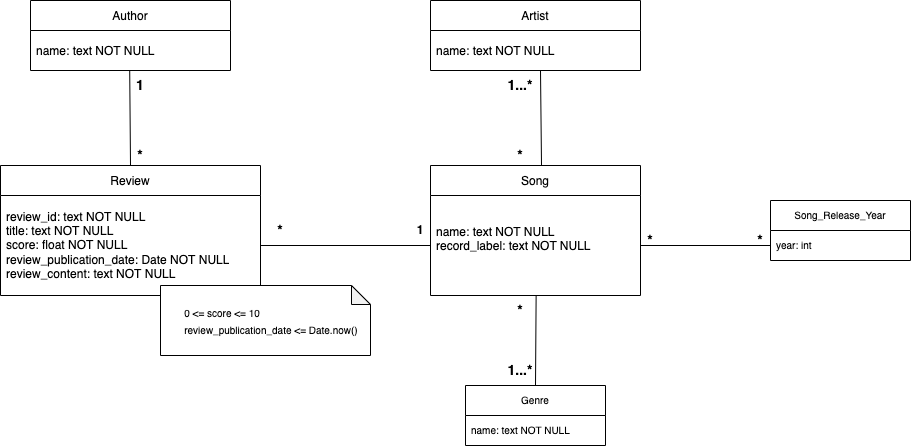
FabioMiguel2000/Pitchfork-Reviews-IR-System keeps this draw.io diagram as images/Conceptual_Model.drawio.png. Above is the earlier version. Source tidied: cells renumbered, new cells last; positions are measured from the earlier drawing's top-left corner, leaving out a move shared by most shapes.
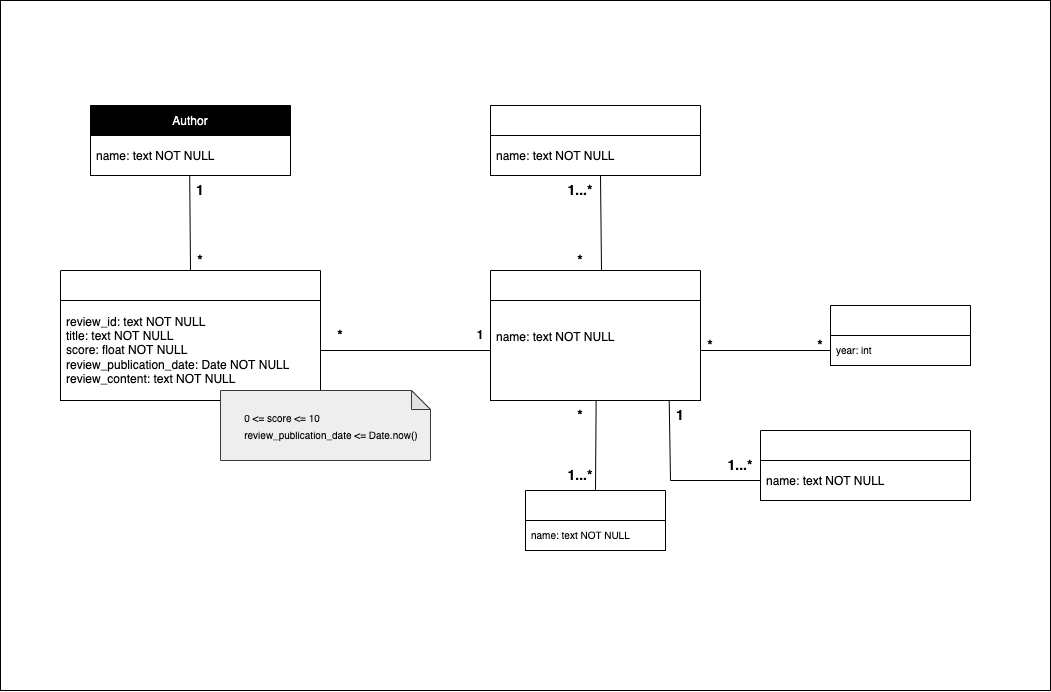
The same diagram one commit later.

Commit message:
modified conceptual model and pipeline diagram

The edit, as a diff of the source:
```diff
@@ -2,92 +2,115 @@
   <root>
     <mxCell id="0" />
     <mxCell id="1" parent="0" />
+    <mxCell id="30" style="rounded=0;whiteSpace=wrap;html=1;fillColor=#FFFFFF;" parent="1" vertex="1">
+      <mxGeometry x="-60" y="-105" width="1050" height="690" as="geometry" />
+    </mxCell>
-    <mxCell id="2" value="Review" style="swimlane;fontStyle=0;horizontal=1;startSize=30;" parent="1" vertex="1">
+    <mxCell id="2" value="Review" style="swimlane;fontStyle=0;horizontal=1;startSize=30;fontColor=#FFFFFF;strokeColor=#000000;" parent="1" vertex="1">
       <mxGeometry y="165" width="260" height="130" as="geometry" />
     </mxCell>
-    <mxCell id="3" value="review_id: text NOT NULL&#10;title: text NOT NULL&#10;score: float NOT NULL&#10;review_publication_date: Date NOT NULL&#10;review_content: text NOT NULL" style="text;strokeColor=none;fillColor=none;align=left;verticalAlign=middle;spacingLeft=4;spacingRight=4;overflow=hidden;points=[[0,0.5],[1,0.5]];portConstraint=eastwest;whiteSpace=wrap;strokeWidth=1;" parent="2" vertex="1">
+    <mxCell id="3" value="review_id: text NOT NULL&#10;title: text NOT NULL&#10;score: float NOT NULL&#10;review_publication_date: Date NOT NULL&#10;review_content: text NOT NULL" style="text;strokeColor=#000000;fillColor=none;align=left;verticalAlign=middle;spacingLeft=4;spacingRight=4;overflow=hidden;points=[[0,0.5],[1,0.5]];portConstraint=eastwest;whiteSpace=wrap;strokeWidth=1;fontColor=#000000;" parent="2" vertex="1">
       <mxGeometry y="30" width="260" height="100" as="geometry" />
     </mxCell>
-    <mxCell id="4" value="Author" style="swimlane;fontStyle=0;horizontal=1;startSize=30;" parent="1" vertex="1">
+    <mxCell id="4" value="Author" style="swimlane;fontStyle=0;horizontal=1;startSize=30;fillColor=#000000;fontColor=#FFFFFF;strokeColor=#000000;" parent="1" vertex="1">
       <mxGeometry x="30" width="200" height="70" as="geometry" />
     </mxCell>
-    <mxCell id="5" value="name: text NOT NULL" style="text;strokeColor=none;fillColor=none;align=left;verticalAlign=middle;spacingLeft=4;spacingRight=4;overflow=hidden;points=[[0,0.5],[1,0.5]];portConstraint=eastwest;" parent="4" vertex="1">
+    <mxCell id="5" value="name: text NOT NULL" style="text;strokeColor=#000000;fillColor=none;align=left;verticalAlign=middle;spacingLeft=4;spacingRight=4;overflow=hidden;points=[[0,0.5],[1,0.5]];portConstraint=eastwest;fontColor=#000000;" parent="4" vertex="1">
       <mxGeometry y="30" width="200" height="40" as="geometry" />
     </mxCell>
-    <mxCell id="6" value="Artist" style="swimlane;fontStyle=0;horizontal=1;startSize=30;" parent="1" vertex="1">
+    <mxCell id="6" value="Artist" style="swimlane;fontStyle=0;horizontal=1;startSize=30;fontColor=#FFFFFF;strokeColor=#000000;" parent="1" vertex="1">
       <mxGeometry x="430" width="210" height="70" as="geometry" />
     </mxCell>
-    <mxCell id="7" value="name: text NOT NULL" style="text;strokeColor=none;fillColor=none;align=left;verticalAlign=middle;spacingLeft=4;spacingRight=4;overflow=hidden;" parent="6" vertex="1">
+    <mxCell id="7" value="name: text NOT NULL" style="text;strokeColor=#000000;fillColor=none;align=left;verticalAlign=middle;spacingLeft=4;spacingRight=4;overflow=hidden;fontColor=#000000;" parent="6" vertex="1">
       <mxGeometry y="30" width="210" height="40" as="geometry" />
     </mxCell>
-    <mxCell id="8" value="Song" style="swimlane;fontStyle=0;horizontal=1;startSize=30;" parent="1" vertex="1">
+    <mxCell id="8" value="Song" style="swimlane;fontStyle=0;horizontal=1;startSize=30;fontColor=#FFFFFF;strokeColor=#000000;" parent="1" vertex="1">
       <mxGeometry x="430" y="165" width="210" height="130" as="geometry" />
     </mxCell>
-    <mxCell id="9" value="name: text NOT NULL&#10;record_label: text NOT NULL&#10;" style="text;strokeColor=none;fillColor=none;align=left;verticalAlign=middle;spacingLeft=4;spacingRight=4;overflow=hidden;points=[[0,0.5],[1,0.5]];portConstraint=eastwest;" parent="8" vertex="1">
+    <mxCell id="9" value="name: text NOT NULL&#10;&#10;" style="text;strokeColor=#000000;fillColor=none;align=left;verticalAlign=middle;spacingLeft=4;spacingRight=4;overflow=hidden;points=[[0,0.5],[1,0.5]];portConstraint=eastwest;fontColor=#000000;" parent="8" vertex="1">
       <mxGeometry y="30" width="210" height="100" as="geometry" />
     </mxCell>
-    <mxCell id="10" style="endArrow=none;html=1;rounded=0;exitX=0.5;exitY=0;exitDx=0;exitDy=0;entryX=0.496;entryY=0.988;entryDx=0;entryDy=0;entryPerimeter=0;" parent="1" edge="1" source="2" target="5">
+    <mxCell id="10" style="endArrow=none;html=1;rounded=0;exitX=0.5;exitY=0;exitDx=0;exitDy=0;entryX=0.496;entryY=0.988;entryDx=0;entryDy=0;entryPerimeter=0;fontColor=#000000;strokeColor=#000000;" parent="1" edge="1" source="2" target="5">
       <mxGeometry relative="1" as="geometry" />
     </mxCell>
-    <mxCell id="11" style="endArrow=none;html=1;rounded=0;exitX=1;exitY=0.5;exitDx=0;exitDy=0;entryX=0;entryY=0.5;entryDx=0;entryDy=0;" parent="1" edge="1" source="3" target="9">
+    <mxCell id="11" style="endArrow=none;html=1;rounded=0;exitX=1;exitY=0.5;exitDx=0;exitDy=0;entryX=0;entryY=0.5;entryDx=0;entryDy=0;fontColor=#000000;strokeColor=#000000;" parent="1" edge="1" source="3" target="9">
       <mxGeometry relative="1" as="geometry" />
     </mxCell>
-    <mxCell id="12" style="endArrow=none;html=1;rounded=0;exitX=0.5;exitY=0;exitDx=0;exitDy=0;entryX=0.495;entryY=1.013;entryDx=0;entryDy=0;entryPerimeter=0;" parent="1" edge="1">
+    <mxCell id="12" style="endArrow=none;html=1;rounded=0;exitX=0.5;exitY=0;exitDx=0;exitDy=0;entryX=0.495;entryY=1.013;entryDx=0;entryDy=0;entryPerimeter=0;fontColor=#000000;strokeColor=#000000;" parent="1" edge="1">
       <mxGeometry relative="1" as="geometry">
         <mxPoint x="541" y="164.5" as="sourcePoint" />
         <mxPoint x="540" y="70" as="targetPoint" />
       </mxGeometry>
     </mxCell>
-    <mxCell id="13" value="&lt;b&gt;&lt;font style=&quot;font-size: 14px;&quot;&gt;1&lt;/font&gt;&lt;/b&gt;" style="text;html=1;strokeColor=none;fillColor=none;align=center;verticalAlign=middle;whiteSpace=wrap;rounded=0;" parent="1" vertex="1">
+    <mxCell id="13" value="&lt;b&gt;&lt;font style=&quot;font-size: 14px;&quot;&gt;1&lt;/font&gt;&lt;/b&gt;" style="text;html=1;strokeColor=none;fillColor=none;align=center;verticalAlign=middle;whiteSpace=wrap;rounded=0;fontColor=#000000;" parent="1" vertex="1">
       <mxGeometry x="110" y="70" width="60" height="30" as="geometry" />
     </mxCell>
-    <mxCell id="14" value="&lt;b&gt;&lt;font style=&quot;font-size: 14px;&quot;&gt;*&lt;/font&gt;&lt;/b&gt;" style="text;html=1;strokeColor=none;fillColor=none;align=center;verticalAlign=middle;whiteSpace=wrap;rounded=0;" parent="1" vertex="1">
+    <mxCell id="14" value="&lt;b&gt;&lt;font style=&quot;font-size: 14px;&quot;&gt;*&lt;/font&gt;&lt;/b&gt;" style="text;html=1;strokeColor=none;fillColor=none;align=center;verticalAlign=middle;whiteSpace=wrap;rounded=0;fontColor=#000000;" parent="1" vertex="1">
       <mxGeometry x="110" y="140" width="60" height="30" as="geometry" />
     </mxCell>
-    <mxCell id="15" value="1" style="text;html=1;strokeColor=none;fillColor=none;align=center;verticalAlign=middle;whiteSpace=wrap;rounded=0;fontStyle=1;" parent="1" vertex="1">
+    <mxCell id="15" value="1" style="text;html=1;strokeColor=none;fillColor=none;align=center;verticalAlign=middle;whiteSpace=wrap;rounded=0;fontStyle=1;fontColor=#000000;" parent="1" vertex="1">
       <mxGeometry x="390" y="215" width="60" height="30" as="geometry" />
     </mxCell>
-    <mxCell id="16" value="&lt;font style=&quot;font-size: 14px;&quot;&gt;&lt;b&gt;*&lt;/b&gt;&lt;/font&gt;" style="text;html=1;strokeColor=none;fillColor=none;align=center;verticalAlign=middle;whiteSpace=wrap;rounded=0;" parent="1" vertex="1">
+    <mxCell id="16" value="&lt;font style=&quot;font-size: 14px;&quot;&gt;&lt;b&gt;*&lt;/b&gt;&lt;/font&gt;" style="text;html=1;strokeColor=none;fillColor=none;align=center;verticalAlign=middle;whiteSpace=wrap;rounded=0;fontColor=#000000;" parent="1" vertex="1">
       <mxGeometry x="250" y="215" width="60" height="30" as="geometry" />
     </mxCell>
-    <mxCell id="17" value="&lt;font style=&quot;font-size: 14px;&quot;&gt;&lt;b&gt;1...*&lt;/b&gt;&lt;/font&gt;" style="text;html=1;strokeColor=none;fillColor=none;align=center;verticalAlign=middle;whiteSpace=wrap;rounded=0;" parent="1" vertex="1">
+    <mxCell id="17" value="&lt;font style=&quot;font-size: 14px;&quot;&gt;&lt;b&gt;1...*&lt;/b&gt;&lt;/font&gt;" style="text;html=1;strokeColor=none;fillColor=none;align=center;verticalAlign=middle;whiteSpace=wrap;rounded=0;fontColor=#000000;" parent="1" vertex="1">
       <mxGeometry x="490" y="70" width="60" height="30" as="geometry" />
     </mxCell>
-    <mxCell id="18" value="&lt;font style=&quot;font-size: 14px;&quot;&gt;&lt;b&gt;*&lt;/b&gt;&lt;/font&gt;" style="text;html=1;strokeColor=none;fillColor=none;align=center;verticalAlign=middle;whiteSpace=wrap;rounded=0;" parent="1" vertex="1">
+    <mxCell id="18" value="&lt;font style=&quot;font-size: 14px;&quot;&gt;&lt;b&gt;*&lt;/b&gt;&lt;/font&gt;" style="text;html=1;strokeColor=none;fillColor=none;align=center;verticalAlign=middle;whiteSpace=wrap;rounded=0;fontColor=#000000;" parent="1" vertex="1">
       <mxGeometry x="490" y="295" width="60" height="30" as="geometry" />
     </mxCell>
-    <mxCell id="19" value="&lt;font style=&quot;font-size: 10px;&quot;&gt;&lt;span style=&quot;white-space: pre;&quot;&gt;&#9;&lt;/span&gt;0 &amp;lt;= score &amp;lt;= 10&lt;br&gt;&lt;span style=&quot;&quot;&gt;&lt;span style=&quot;white-space: pre;&quot;&gt;&#9;&lt;/span&gt;review_publication_date &amp;lt;= Date.now()&amp;nbsp;&lt;/span&gt;&lt;/font&gt;" style="shape=note;whiteSpace=wrap;html=1;backgroundOutline=1;darkOpacity=0.05;fontSize=14;align=left;size=19;" parent="1" vertex="1">
+    <mxCell id="19" value="&lt;font style=&quot;font-size: 10px&quot; color=&quot;#000000&quot;&gt;&lt;span style=&quot;white-space: pre&quot;&gt;&#9;&lt;/span&gt;0 &amp;lt;= score &amp;lt;= 10&lt;br&gt;&lt;span&gt;&lt;span style=&quot;white-space: pre&quot;&gt;&#9;&lt;/span&gt;review_publication_date &amp;lt;= Date.now()&amp;nbsp;&lt;/span&gt;&lt;/font&gt;" style="shape=note;whiteSpace=wrap;html=1;backgroundOutline=1;darkOpacity=0.05;fontSize=14;align=left;size=19;fillColor=#eeeeee;strokeColor=#36393d;" parent="1" vertex="1">
       <mxGeometry x="160" y="285" width="210" height="70" as="geometry" />
     </mxCell>
-    <mxCell id="20" value="Genre" style="swimlane;fontStyle=0;horizontal=1;startSize=30;fontSize=10;" parent="1" vertex="1">
+    <mxCell id="20" value="Genre" style="swimlane;fontStyle=0;horizontal=1;startSize=30;fontSize=10;fontColor=#FFFFFF;strokeColor=#000000;" parent="1" vertex="1">
       <mxGeometry x="465" y="385" width="140" height="60" as="geometry" />
     </mxCell>
-    <mxCell id="21" value="name: text NOT NULL" style="text;strokeColor=none;fillColor=none;align=left;verticalAlign=middle;spacingLeft=4;spacingRight=4;overflow=hidden;fontSize=10;" parent="20" vertex="1">
+    <mxCell id="21" value="name: text NOT NULL" style="text;strokeColor=#000000;fillColor=none;align=left;verticalAlign=middle;spacingLeft=4;spacingRight=4;overflow=hidden;fontSize=10;fontColor=#000000;" parent="20" vertex="1">
       <mxGeometry y="30" width="140" height="30" as="geometry" />
     </mxCell>
-    <mxCell id="22" style="endArrow=none;html=1;rounded=0;fontSize=10;entryX=0.503;entryY=1;entryDx=0;entryDy=0;entryPerimeter=0;exitX=0.5;exitY=0;exitDx=0;exitDy=0;" parent="1" edge="1" source="20" target="9">
+    <mxCell id="22" style="endArrow=none;html=1;rounded=0;fontSize=10;entryX=0.503;entryY=1;entryDx=0;entryDy=0;entryPerimeter=0;exitX=0.5;exitY=0;exitDx=0;exitDy=0;fontColor=#000000;strokeColor=#000000;" parent="1" edge="1" source="20" target="9">
       <mxGeometry relative="1" as="geometry" />
     </mxCell>
-    <mxCell id="23" value="&lt;font style=&quot;font-size: 14px;&quot;&gt;&lt;b&gt;1...*&lt;/b&gt;&lt;/font&gt;" style="text;html=1;strokeColor=none;fillColor=none;align=center;verticalAlign=middle;whiteSpace=wrap;rounded=0;" parent="1" vertex="1">
+    <mxCell id="23" value="&lt;font style=&quot;font-size: 14px;&quot;&gt;&lt;b&gt;1...*&lt;/b&gt;&lt;/font&gt;" style="text;html=1;strokeColor=none;fillColor=none;align=center;verticalAlign=middle;whiteSpace=wrap;rounded=0;fontColor=#000000;" parent="1" vertex="1">
       <mxGeometry x="490" y="355" width="60" height="30" as="geometry" />
     </mxCell>
-    <mxCell id="24" value="Song_Release_Year" style="swimlane;fontStyle=0;horizontal=1;startSize=30;fontSize=10;" parent="1" vertex="1">
+    <mxCell id="24" value="SongReleaseYear" style="swimlane;fontStyle=0;horizontal=1;startSize=30;fontSize=10;fontColor=#FFFFFF;strokeColor=#000000;" parent="1" vertex="1">
       <mxGeometry x="770" y="200" width="140" height="60" as="geometry" />
     </mxCell>
-    <mxCell id="25" value="year: int" style="text;strokeColor=none;fillColor=none;align=left;verticalAlign=middle;spacingLeft=4;spacingRight=4;overflow=hidden;points=[[0,0.5],[1,0.5]];portConstraint=eastwest;fontSize=10;" parent="24" vertex="1">
+    <mxCell id="25" value="year: int" style="text;strokeColor=#000000;fillColor=none;align=left;verticalAlign=middle;spacingLeft=4;spacingRight=4;overflow=hidden;points=[[0,0.5],[1,0.5]];portConstraint=eastwest;fontSize=10;fontColor=#000000;" parent="24" vertex="1">
       <mxGeometry y="30" width="140" height="30" as="geometry" />
     </mxCell>
-    <mxCell id="26" style="endArrow=none;html=1;rounded=0;fontSize=10;exitX=1;exitY=0.5;exitDx=0;exitDy=0;entryX=0;entryY=0.5;entryDx=0;entryDy=0;" parent="1" edge="1" source="9" target="25">
+    <mxCell id="26" style="endArrow=none;html=1;rounded=0;fontSize=10;exitX=1;exitY=0.5;exitDx=0;exitDy=0;entryX=0;entryY=0.5;entryDx=0;entryDy=0;fontColor=#000000;strokeColor=#000000;" parent="1" edge="1" source="9" target="25">
       <mxGeometry relative="1" as="geometry" />
     </mxCell>
-    <mxCell id="27" value="&lt;font style=&quot;font-size: 14px;&quot;&gt;&lt;b&gt;*&lt;/b&gt;&lt;/font&gt;" style="text;html=1;strokeColor=none;fillColor=none;align=center;verticalAlign=middle;whiteSpace=wrap;rounded=0;" parent="1" vertex="1">
+    <mxCell id="27" value="&lt;font style=&quot;font-size: 14px;&quot;&gt;&lt;b&gt;*&lt;/b&gt;&lt;/font&gt;" style="text;html=1;strokeColor=none;fillColor=none;align=center;verticalAlign=middle;whiteSpace=wrap;rounded=0;fontColor=#000000;" parent="1" vertex="1">
       <mxGeometry x="730" y="225" width="60" height="30" as="geometry" />
     </mxCell>
-    <mxCell id="28" value="&lt;font style=&quot;font-size: 14px;&quot;&gt;&lt;b&gt;*&lt;/b&gt;&lt;/font&gt;" style="text;html=1;strokeColor=none;fillColor=none;align=center;verticalAlign=middle;whiteSpace=wrap;rounded=0;" parent="1" vertex="1">
+    <mxCell id="28" value="&lt;font style=&quot;font-size: 14px;&quot;&gt;&lt;b&gt;*&lt;/b&gt;&lt;/font&gt;" style="text;html=1;strokeColor=none;fillColor=none;align=center;verticalAlign=middle;whiteSpace=wrap;rounded=0;fontColor=#000000;" parent="1" vertex="1">
       <mxGeometry x="620" y="225" width="60" height="30" as="geometry" />
     </mxCell>
-    <mxCell id="29" value="&lt;font style=&quot;font-size: 14px;&quot;&gt;&lt;b&gt;*&lt;/b&gt;&lt;/font&gt;" style="text;html=1;strokeColor=none;fillColor=none;align=center;verticalAlign=middle;whiteSpace=wrap;rounded=0;" parent="1" vertex="1">
+    <mxCell id="29" value="&lt;font style=&quot;font-size: 14px;&quot;&gt;&lt;b&gt;*&lt;/b&gt;&lt;/font&gt;" style="text;html=1;strokeColor=none;fillColor=none;align=center;verticalAlign=middle;whiteSpace=wrap;rounded=0;fontColor=#000000;" parent="1" vertex="1">
       <mxGeometry x="490" y="140" width="60" height="30" as="geometry" />
     </mxCell>
+    <mxCell id="31" value="RecordLabel" style="swimlane;fontStyle=0;horizontal=1;startSize=30;fontColor=#FFFFFF;strokeColor=#000000;" parent="1" vertex="1">
+      <mxGeometry x="700" y="325" width="210" height="70" as="geometry" />
+    </mxCell>
+    <mxCell id="32" value="name: text NOT NULL" style="text;strokeColor=#000000;fillColor=none;align=left;verticalAlign=middle;spacingLeft=4;spacingRight=4;overflow=hidden;fontColor=#000000;" parent="31" vertex="1">
+      <mxGeometry y="30" width="210" height="40" as="geometry" />
+    </mxCell>
+    <mxCell id="33" style="endArrow=none;html=1;rounded=0;fontSize=10;fontColor=#000000;strokeColor=#000000;exitX=0.851;exitY=0.998;exitDx=0;exitDy=0;exitPerimeter=0;" parent="1" edge="1" source="9">
+      <mxGeometry relative="1" as="geometry">
+        <mxPoint x="700" y="375" as="targetPoint" />
+        <Array as="points">
+          <mxPoint x="610" y="375" />
+        </Array>
+      </mxGeometry>
+    </mxCell>
+    <mxCell id="34" value="&lt;font style=&quot;font-size: 14px;&quot;&gt;&lt;b&gt;1...*&lt;/b&gt;&lt;/font&gt;" style="text;html=1;strokeColor=none;fillColor=none;align=center;verticalAlign=middle;whiteSpace=wrap;rounded=0;fontColor=#000000;" parent="1" vertex="1">
+      <mxGeometry x="650" y="345" width="60" height="30" as="geometry" />
+    </mxCell>
+    <mxCell id="35" value="&lt;font style=&quot;font-size: 14px&quot;&gt;&lt;b&gt;1&lt;/b&gt;&lt;/font&gt;" style="text;html=1;strokeColor=none;fillColor=none;align=center;verticalAlign=middle;whiteSpace=wrap;rounded=0;fontColor=#000000;" parent="1" vertex="1">
+      <mxGeometry x="590" y="295" width="60" height="30" as="geometry" />
+    </mxCell>
   </root>
 </mxGraphModel>
```
